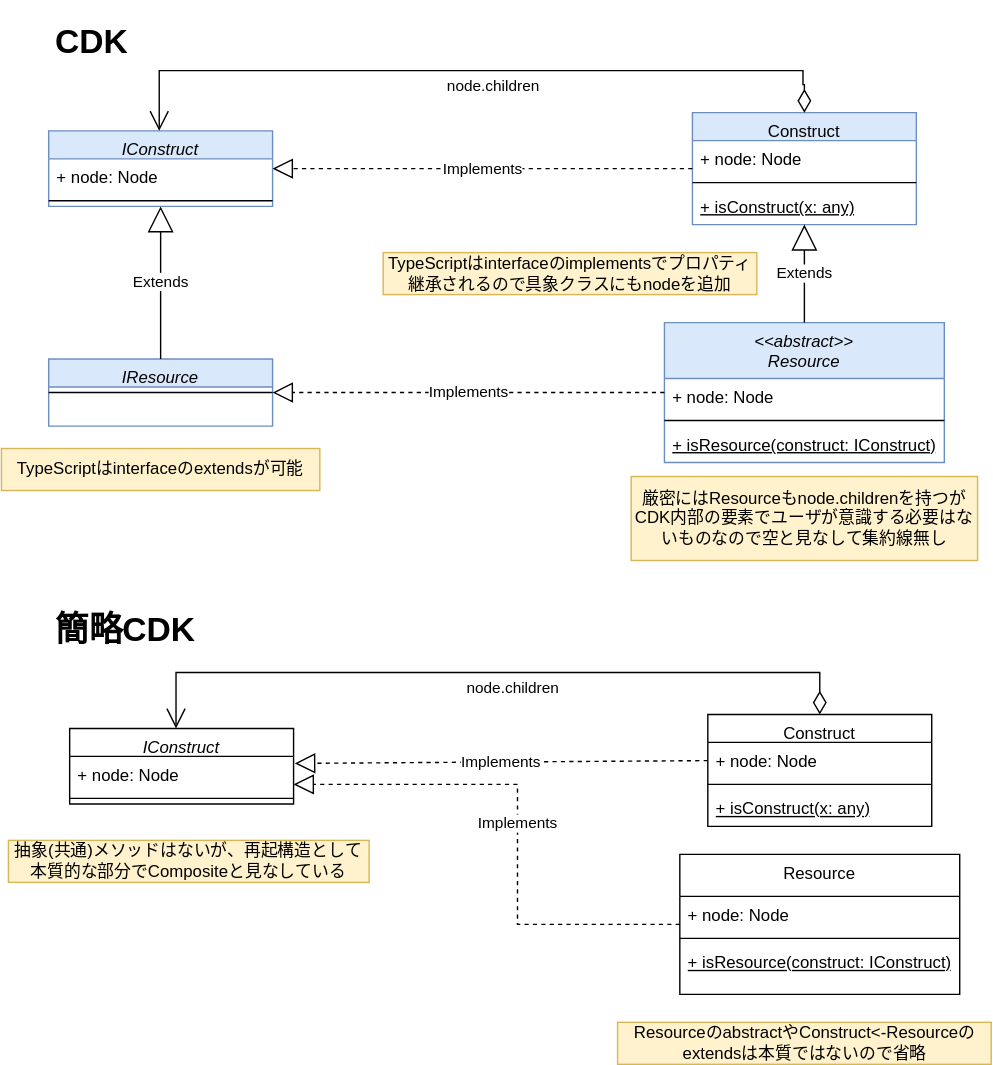
This is drawio/composite/composite_concrete.drawio.svg from go-to-k/cdk-gof-design-pattern, a draw.io export, as it was before one commit. Source tidied: cells renumbered, new cells last; positions are measured from the earlier drawing's top-left corner, leaving out a move shared by most shapes.
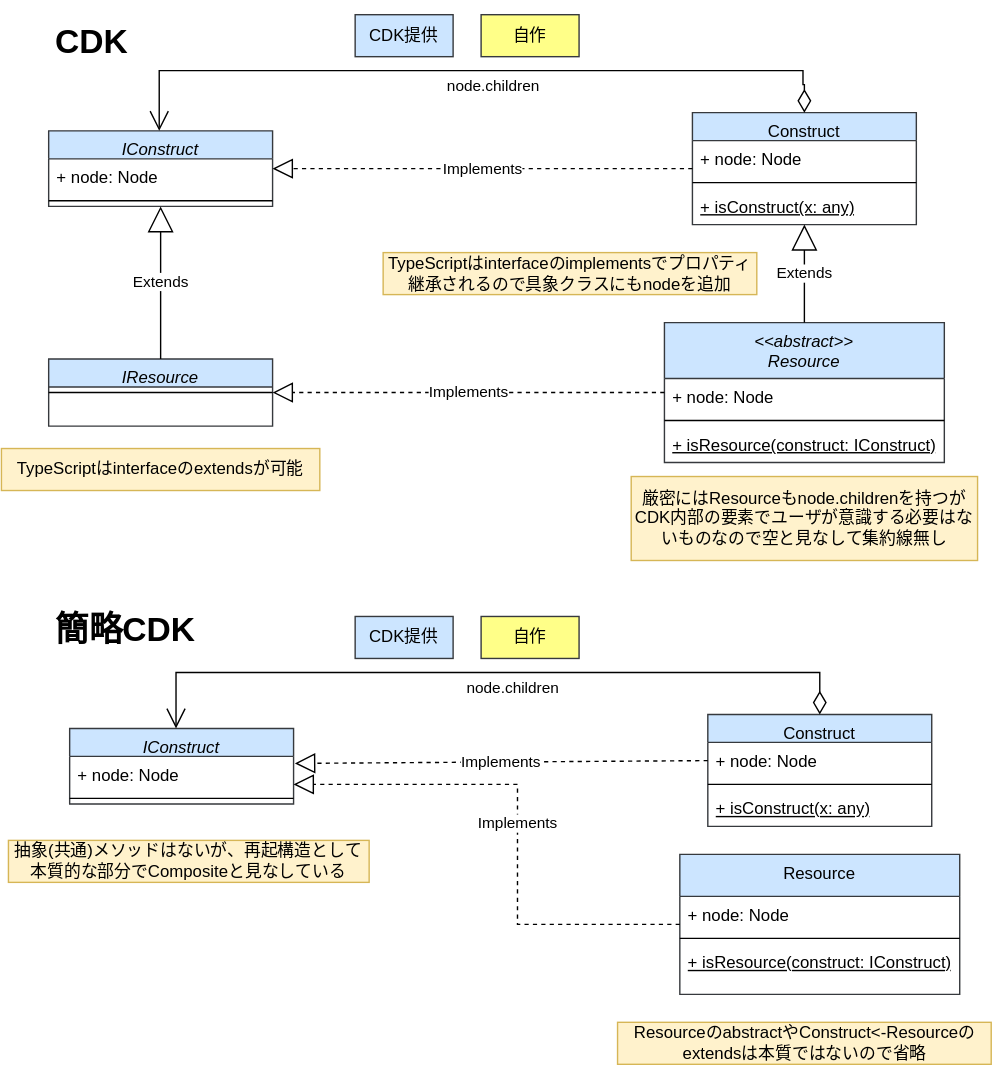
After the change.

Change to the diagram source:
```diff
@@ -2,7 +2,7 @@
   <root>
     <mxCell id="0" />
     <mxCell id="1" parent="0" />
-    <mxCell id="2" value="&lt;&lt;abstract&gt;&gt;&#10;Resource" style="swimlane;fontStyle=2;align=center;verticalAlign=top;horizontal=1;startSize=40;rounded=0;shadow=0;strokeWidth=1;fillColor=#dae8fc;strokeColor=#6c8ebf;" parent="1" vertex="1">
+    <mxCell id="2" value="&lt;&lt;abstract&gt;&gt;&#10;Resource" style="swimlane;fontStyle=2;align=center;verticalAlign=top;horizontal=1;startSize=40;rounded=0;shadow=0;strokeWidth=1;fillColor=#cce5ff;strokeColor=#36393d;" parent="1" vertex="1">
       <mxGeometry x="474" y="220" width="200" height="100" as="geometry" />
     </mxCell>
     <mxCell id="3" value="+ node:&amp;nbsp;Node" style="text;strokeColor=none;fillColor=none;align=left;verticalAlign=top;spacingLeft=4;spacingRight=4;overflow=hidden;whiteSpace=wrap;html=1;" parent="2" vertex="1">
@@ -14,7 +14,7 @@
     <mxCell id="5" value="&lt;u&gt;+ isResource(construct: IConstruct)&lt;/u&gt;" style="text;strokeColor=none;fillColor=none;align=left;verticalAlign=top;spacingLeft=4;spacingRight=4;overflow=hidden;whiteSpace=wrap;html=1;" parent="2" vertex="1">
       <mxGeometry y="74" width="200" height="26" as="geometry" />
     </mxCell>
-    <mxCell id="6" value="Construct" style="swimlane;fontStyle=0;align=center;verticalAlign=top;horizontal=1;startSize=20;rounded=0;shadow=0;strokeWidth=1;fillColor=#dae8fc;strokeColor=#6c8ebf;" parent="1" vertex="1">
+    <mxCell id="6" value="Construct" style="swimlane;fontStyle=0;align=center;verticalAlign=top;horizontal=1;startSize=20;rounded=0;shadow=0;strokeWidth=1;fillColor=#cce5ff;strokeColor=#36393d;" parent="1" vertex="1">
       <mxGeometry x="494" y="70" width="160" height="80" as="geometry" />
     </mxCell>
     <mxCell id="7" value="+ node:&amp;nbsp;Node" style="text;strokeColor=none;fillColor=none;align=left;verticalAlign=top;spacingLeft=4;spacingRight=4;overflow=hidden;whiteSpace=wrap;html=1;" parent="6" vertex="1">
@@ -26,13 +26,13 @@
     <mxCell id="9" value="&lt;u&gt;+&amp;nbsp;isConstruct(x: any)&lt;/u&gt;" style="text;strokeColor=none;fillColor=none;align=left;verticalAlign=top;spacingLeft=4;spacingRight=4;overflow=hidden;whiteSpace=wrap;html=1;" parent="6" vertex="1">
       <mxGeometry y="54" width="160" height="26" as="geometry" />
     </mxCell>
-    <mxCell id="10" value="IResource" style="swimlane;fontStyle=2;align=center;verticalAlign=top;horizontal=1;startSize=20;rounded=0;shadow=0;strokeWidth=1;fillColor=#dae8fc;strokeColor=#6c8ebf;" parent="1" vertex="1">
+    <mxCell id="10" value="IResource" style="swimlane;fontStyle=2;align=center;verticalAlign=top;horizontal=1;startSize=20;rounded=0;shadow=0;strokeWidth=1;fillColor=#cce5ff;strokeColor=#36393d;" parent="1" vertex="1">
       <mxGeometry x="34" y="246" width="160" height="48" as="geometry" />
     </mxCell>
     <mxCell id="11" style="line;html=1;strokeWidth=1;align=left;verticalAlign=middle;spacingTop=-1;spacingLeft=3;spacingRight=3;labelPosition=right;" parent="10" vertex="1">
       <mxGeometry y="20" width="160" height="8" as="geometry" />
     </mxCell>
-    <mxCell id="12" value="IConstruct" style="swimlane;fontStyle=2;align=center;verticalAlign=top;horizontal=1;startSize=20;rounded=0;shadow=0;strokeWidth=1;fillColor=#dae8fc;strokeColor=#6c8ebf;" parent="1" vertex="1">
+    <mxCell id="12" value="IConstruct" style="swimlane;fontStyle=2;align=center;verticalAlign=top;horizontal=1;startSize=20;rounded=0;shadow=0;strokeWidth=1;fillColor=#cce5ff;strokeColor=#36393d;" parent="1" vertex="1">
       <mxGeometry x="34" y="83" width="160" height="54" as="geometry" />
     </mxCell>
     <mxCell id="13" value="+ node:&amp;nbsp;Node" style="text;strokeColor=none;fillColor=none;align=left;verticalAlign=top;spacingLeft=4;spacingRight=4;overflow=hidden;whiteSpace=wrap;html=1;" parent="12" vertex="1">
@@ -59,7 +59,7 @@
     <mxCell id="20" value="&lt;h1&gt;簡略CDK&lt;/h1&gt;" style="text;html=1;strokeColor=none;fillColor=none;spacing=5;spacingTop=-20;whiteSpace=wrap;overflow=hidden;rounded=0;" parent="1" vertex="1">
       <mxGeometry x="34" y="420" width="109" height="40" as="geometry" />
     </mxCell>
-    <mxCell id="21" value="Resource" style="swimlane;fontStyle=0;align=center;verticalAlign=top;horizontal=1;startSize=30;rounded=0;shadow=0;strokeWidth=1;" parent="1" vertex="1">
+    <mxCell id="21" value="Resource" style="swimlane;fontStyle=0;align=center;verticalAlign=top;horizontal=1;startSize=30;rounded=0;shadow=0;strokeWidth=1;fillColor=#cce5ff;strokeColor=#36393d;" parent="1" vertex="1">
       <mxGeometry x="485" y="600" width="200" height="100" as="geometry" />
     </mxCell>
     <mxCell id="22" value="+ node:&amp;nbsp;Node" style="text;strokeColor=none;fillColor=none;align=left;verticalAlign=top;spacingLeft=4;spacingRight=4;overflow=hidden;whiteSpace=wrap;html=1;" parent="21" vertex="1">
@@ -71,7 +71,7 @@
     <mxCell id="24" value="&lt;u&gt;+ isResource(construct: IConstruct)&lt;/u&gt;" style="text;strokeColor=none;fillColor=none;align=left;verticalAlign=top;spacingLeft=4;spacingRight=4;overflow=hidden;whiteSpace=wrap;html=1;" parent="21" vertex="1">
       <mxGeometry y="64" width="200" height="26" as="geometry" />
     </mxCell>
-    <mxCell id="25" value="Construct" style="swimlane;fontStyle=0;align=center;verticalAlign=top;horizontal=1;startSize=20;rounded=0;shadow=0;strokeWidth=1;" parent="1" vertex="1">
+    <mxCell id="25" value="Construct" style="swimlane;fontStyle=0;align=center;verticalAlign=top;horizontal=1;startSize=20;rounded=0;shadow=0;strokeWidth=1;fillColor=#cce5ff;strokeColor=#36393d;" parent="1" vertex="1">
       <mxGeometry x="505" y="500" width="160" height="80" as="geometry" />
     </mxCell>
     <mxCell id="26" value="+ node:&amp;nbsp;Node" style="text;strokeColor=none;fillColor=none;align=left;verticalAlign=top;spacingLeft=4;spacingRight=4;overflow=hidden;points=[[0,0.5],[1,0.5]];portConstraint=eastwest;whiteSpace=wrap;html=1;" parent="25" vertex="1">
@@ -83,7 +83,7 @@
     <mxCell id="28" value="&lt;u&gt;+&amp;nbsp;isConstruct(x: any)&lt;/u&gt;" style="text;strokeColor=none;fillColor=none;align=left;verticalAlign=top;spacingLeft=4;spacingRight=4;overflow=hidden;whiteSpace=wrap;html=1;" parent="25" vertex="1">
       <mxGeometry y="54" width="160" height="26" as="geometry" />
     </mxCell>
-    <mxCell id="29" value="IConstruct" style="swimlane;fontStyle=2;align=center;verticalAlign=top;horizontal=1;startSize=20;rounded=0;shadow=0;strokeWidth=1;" parent="1" vertex="1">
+    <mxCell id="29" value="IConstruct" style="swimlane;fontStyle=2;align=center;verticalAlign=top;horizontal=1;startSize=20;rounded=0;shadow=0;strokeWidth=1;fillColor=#cce5ff;strokeColor=#36393d;" parent="1" vertex="1">
       <mxGeometry x="49" y="510" width="160" height="54" as="geometry" />
     </mxCell>
     <mxCell id="30" value="+ node:&amp;nbsp;Node" style="text;strokeColor=none;fillColor=none;align=left;verticalAlign=top;spacingLeft=4;spacingRight=4;overflow=hidden;points=[[0,0.5],[1,0.5]];portConstraint=eastwest;whiteSpace=wrap;html=1;" parent="29" vertex="1">
@@ -136,5 +136,17 @@
     <mxCell id="40" value="TypeScriptはinterfaceのextendsが可能" style="text;html=1;strokeColor=#d6b656;fillColor=#fff2cc;align=center;verticalAlign=middle;whiteSpace=wrap;rounded=0;fontColor=#000000;" parent="1" vertex="1">
       <mxGeometry x="0.2" y="310" width="227.5" height="30" as="geometry" />
     </mxCell>
+    <mxCell id="41" value="自作" style="rounded=0;whiteSpace=wrap;html=1;fillColor=#ffff88;strokeColor=#36393d;" parent="1" vertex="1">
+      <mxGeometry x="343" width="70" height="30" as="geometry" />
+    </mxCell>
+    <mxCell id="42" value="CDK提供" style="rounded=0;whiteSpace=wrap;html=1;fillColor=#cce5ff;strokeColor=#36393d;" parent="1" vertex="1">
+      <mxGeometry x="253" width="70" height="30" as="geometry" />
+    </mxCell>
+    <mxCell id="43" value="自作" style="rounded=0;whiteSpace=wrap;html=1;fillColor=#ffff88;strokeColor=#36393d;" parent="1" vertex="1">
+      <mxGeometry x="343" y="430" width="70" height="30" as="geometry" />
+    </mxCell>
+    <mxCell id="44" value="CDK提供" style="rounded=0;whiteSpace=wrap;html=1;fillColor=#cce5ff;strokeColor=#36393d;" parent="1" vertex="1">
+      <mxGeometry x="253" y="430" width="70" height="30" as="geometry" />
+    </mxCell>
   </root>
 </mxGraphModel>
```
